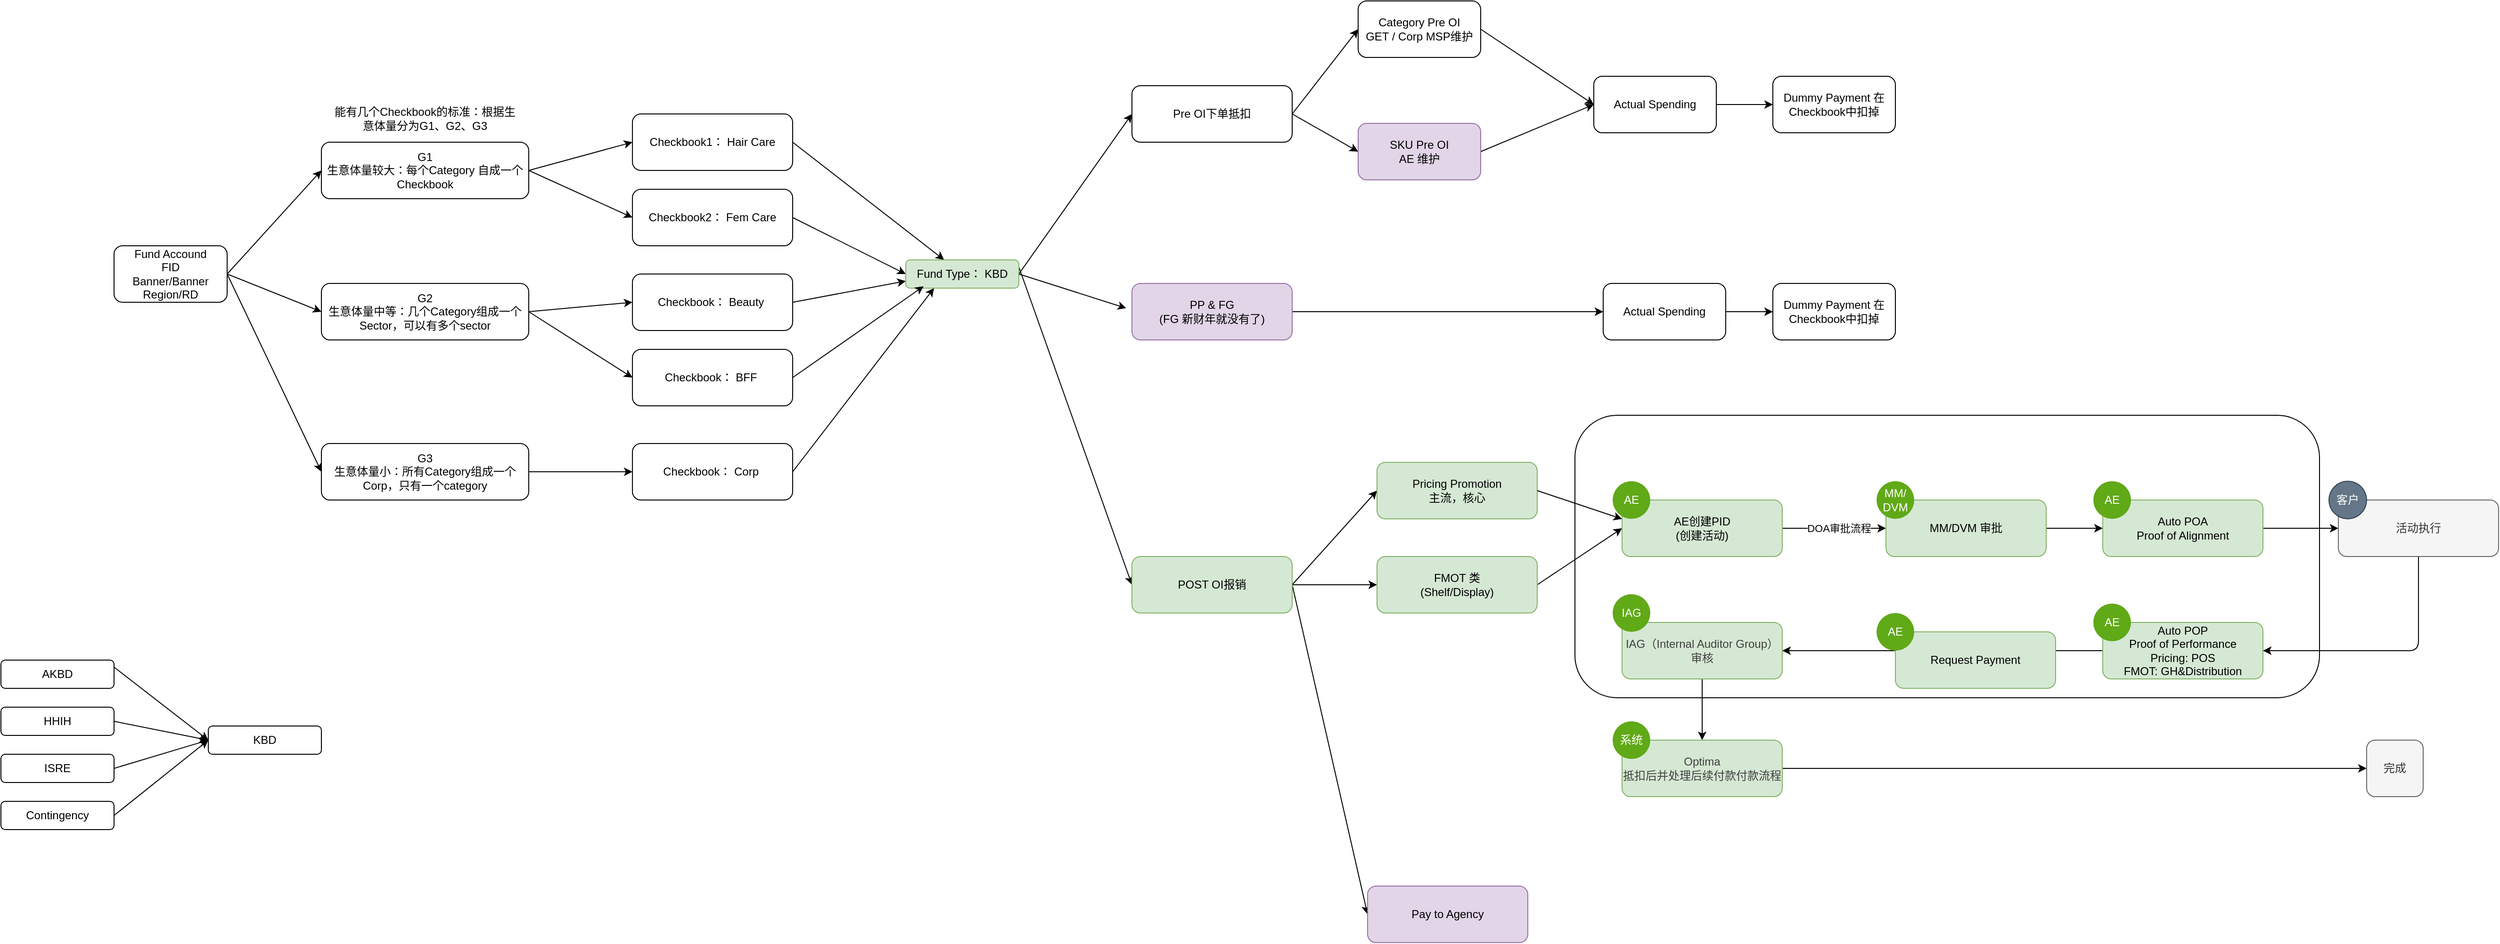
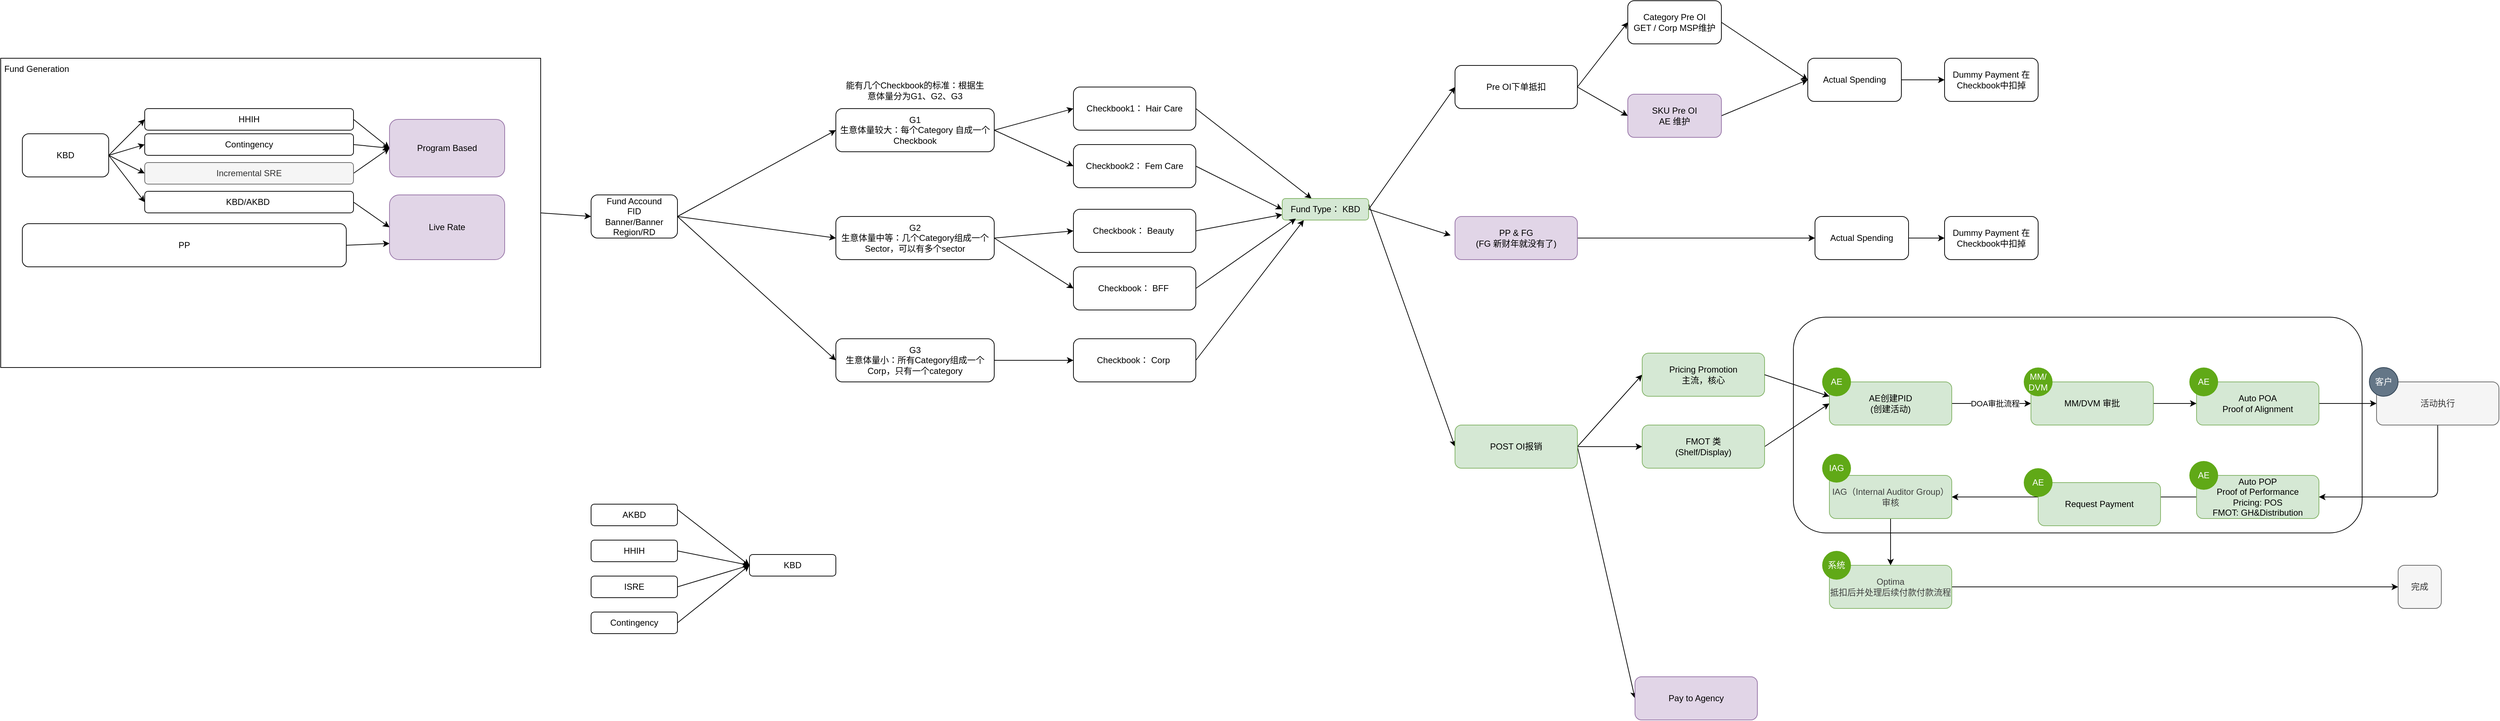
<mxfile host="65bd71144e">
    <diagram id="UAZPICK1sHRBZ5lxvISH" name="Page-1">
-         <mxGraphModel dx="3631" dy="826" grid="1" gridSize="10" guides="1" tooltips="1" connect="1" arrows="1" fold="1" page="1" pageScale="1" pageWidth="2000" pageHeight="2000" math="0" shadow="0">
+         <mxGraphModel dx="2746" dy="702" grid="1" gridSize="10" guides="1" tooltips="1" connect="1" arrows="1" fold="1" page="1" pageScale="1" pageWidth="2000" pageHeight="2000" math="0" shadow="0">
            <root>
                <mxCell id="0"/>
                <mxCell id="1" parent="0"/>
+                 <mxCell id="126" style="edgeStyle=none;html=1;exitX=1;exitY=0.5;exitDx=0;exitDy=0;entryX=0;entryY=0.5;entryDx=0;entryDy=0;" edge="1" parent="1" source="125" target="2">
+                     <mxGeometry relative="1" as="geometry"/>
+                 </mxCell>
+                 <mxCell id="125" value="" style="rounded=0;whiteSpace=wrap;html=1;" vertex="1" parent="1">
+                     <mxGeometry x="-980" y="160" width="750" height="430" as="geometry"/>
+                 </mxCell>
                <mxCell id="74" value="" style="rounded=1;whiteSpace=wrap;html=1;" parent="1" vertex="1">
                    <mxGeometry x="1510" y="520" width="790" height="300" as="geometry"/>
                </mxCell>
                <mxCell id="9" style="edgeStyle=none;html=1;exitX=1;exitY=0.5;exitDx=0;exitDy=0;entryX=0;entryY=0.5;entryDx=0;entryDy=0;" parent="1" source="2" target="8" edge="1">
                    <mxGeometry relative="1" as="geometry"/>
                </mxCell>
                <mxCell id="13" style="edgeStyle=none;html=1;exitX=1;exitY=0.5;exitDx=0;exitDy=0;entryX=0;entryY=0.5;entryDx=0;entryDy=0;" parent="1" source="2" target="12" edge="1">
                    <mxGeometry relative="1" as="geometry"/>
                </mxCell>
                <mxCell id="15" style="edgeStyle=none;html=1;exitX=1;exitY=0.5;exitDx=0;exitDy=0;entryX=0;entryY=0.5;entryDx=0;entryDy=0;" parent="1" source="2" target="14" edge="1">
                    <mxGeometry relative="1" as="geometry"/>
                </mxCell>
                <mxCell id="2" value="Fund Accound&lt;div&gt;FID&lt;/div&gt;&lt;div&gt;Banner/Banner Region/RD&lt;/div&gt;" style="rounded=1;whiteSpace=wrap;html=1;" parent="1" vertex="1">
-                     <mxGeometry x="-40" y="340" width="120" height="60" as="geometry"/>
+                     <mxGeometry x="-160" y="350" width="120" height="60" as="geometry"/>
                </mxCell>
                <mxCell id="34" style="edgeStyle=none;html=1;exitX=1;exitY=0.5;exitDx=0;exitDy=0;" parent="1" source="3" target="24" edge="1">
                    <mxGeometry relative="1" as="geometry"/>
                </mxCell>
                <mxCell id="3" value="Checkbook1： Hair Care" style="rounded=1;whiteSpace=wrap;html=1;" parent="1" vertex="1">
                    <mxGeometry x="510" y="200" width="170" height="60" as="geometry"/>
                </mxCell>
                <mxCell id="35" style="edgeStyle=none;html=1;exitX=1;exitY=0.5;exitDx=0;exitDy=0;entryX=0;entryY=0.5;entryDx=0;entryDy=0;" parent="1" source="5" target="24" edge="1">
                    <mxGeometry relative="1" as="geometry"/>
                </mxCell>
                <mxCell id="5" value="Checkbook2： Fem Care" style="rounded=1;whiteSpace=wrap;html=1;" parent="1" vertex="1">
                    <mxGeometry x="510" y="280" width="170" height="60" as="geometry"/>
                </mxCell>
                <mxCell id="7" value="能有几个Checkbook的标准：根据生意体量分为G1、G2、G3" style="text;html=1;align=center;verticalAlign=middle;whiteSpace=wrap;rounded=0;" parent="1" vertex="1">
                    <mxGeometry x="190" y="190" width="200" height="30" as="geometry"/>
                </mxCell>
                <mxCell id="10" style="edgeStyle=none;html=1;exitX=1;exitY=0.5;exitDx=0;exitDy=0;entryX=0;entryY=0.5;entryDx=0;entryDy=0;" parent="1" source="8" target="3" edge="1">
                    <mxGeometry relative="1" as="geometry"/>
                </mxCell>
                <mxCell id="11" style="edgeStyle=none;html=1;exitX=1;exitY=0.5;exitDx=0;exitDy=0;entryX=0;entryY=0.5;entryDx=0;entryDy=0;" parent="1" source="8" target="5" edge="1">
                    <mxGeometry relative="1" as="geometry"/>
                </mxCell>
                <mxCell id="8" value="G1&lt;div&gt;生意体量较大：每个Category 自成一个Checkbook&lt;/div&gt;" style="rounded=1;whiteSpace=wrap;html=1;" parent="1" vertex="1">
                    <mxGeometry x="180" y="230" width="220" height="60" as="geometry"/>
                </mxCell>
                <mxCell id="18" style="edgeStyle=none;html=1;exitX=1;exitY=0.5;exitDx=0;exitDy=0;entryX=0;entryY=0.5;entryDx=0;entryDy=0;" parent="1" source="12" target="16" edge="1">
                    <mxGeometry relative="1" as="geometry"/>
                </mxCell>
                <mxCell id="20" style="edgeStyle=none;html=1;exitX=1;exitY=0.5;exitDx=0;exitDy=0;entryX=0;entryY=0.5;entryDx=0;entryDy=0;" parent="1" source="12" target="19" edge="1">
                    <mxGeometry relative="1" as="geometry"/>
                </mxCell>
                <mxCell id="12" value="G2&lt;div&gt;生意体量中等：几个Category组成一个Sector，可以有多个sector&lt;/div&gt;" style="rounded=1;whiteSpace=wrap;html=1;" parent="1" vertex="1">
                    <mxGeometry x="180" y="380" width="220" height="60" as="geometry"/>
                </mxCell>
                <mxCell id="22" style="edgeStyle=none;html=1;exitX=1;exitY=0.5;exitDx=0;exitDy=0;entryX=0;entryY=0.5;entryDx=0;entryDy=0;" parent="1" source="14" target="21" edge="1">
                    <mxGeometry relative="1" as="geometry"/>
                </mxCell>
                <mxCell id="14" value="G3&lt;div&gt;生意体量小：所有Category组成一个Corp，只有一个category&lt;/div&gt;" style="rounded=1;whiteSpace=wrap;html=1;" parent="1" vertex="1">
                    <mxGeometry x="180" y="550" width="220" height="60" as="geometry"/>
                </mxCell>
                <mxCell id="36" style="edgeStyle=none;html=1;exitX=1;exitY=0.5;exitDx=0;exitDy=0;entryX=0;entryY=0.75;entryDx=0;entryDy=0;" parent="1" source="16" target="24" edge="1">
                    <mxGeometry relative="1" as="geometry"/>
                </mxCell>
                <mxCell id="16" value="Checkbook： Beauty&amp;nbsp;" style="rounded=1;whiteSpace=wrap;html=1;" parent="1" vertex="1">
                    <mxGeometry x="510" y="370" width="170" height="60" as="geometry"/>
                </mxCell>
                <mxCell id="19" value="Checkbook： BFF&amp;nbsp;" style="rounded=1;whiteSpace=wrap;html=1;" parent="1" vertex="1">
                    <mxGeometry x="510" y="450" width="170" height="60" as="geometry"/>
                </mxCell>
                <mxCell id="38" style="edgeStyle=none;html=1;exitX=1;exitY=0.5;exitDx=0;exitDy=0;entryX=0.25;entryY=1;entryDx=0;entryDy=0;" parent="1" source="21" target="24" edge="1">
                    <mxGeometry relative="1" as="geometry"/>
                </mxCell>
                <mxCell id="21" value="Checkbook： Corp&amp;nbsp;" style="rounded=1;whiteSpace=wrap;html=1;" parent="1" vertex="1">
                    <mxGeometry x="510" y="550" width="170" height="60" as="geometry"/>
                </mxCell>
                <mxCell id="23" value="KBD" style="rounded=1;whiteSpace=wrap;html=1;" parent="1" vertex="1">
                    <mxGeometry x="60" y="850" width="120" height="30" as="geometry"/>
                </mxCell>
                <mxCell id="42" style="edgeStyle=none;html=1;exitX=1;exitY=0.5;exitDx=0;exitDy=0;entryX=0;entryY=0.5;entryDx=0;entryDy=0;" parent="1" source="24" target="40" edge="1">
                    <mxGeometry relative="1" as="geometry"/>
                </mxCell>
                <mxCell id="43" style="edgeStyle=none;html=1;exitX=1;exitY=0.25;exitDx=0;exitDy=0;entryX=0;entryY=0.5;entryDx=0;entryDy=0;" parent="1" source="24" target="41" edge="1">
                    <mxGeometry relative="1" as="geometry"/>
                </mxCell>
                <mxCell id="24" value="Fund Type： KBD" style="rounded=1;whiteSpace=wrap;html=1;fillColor=#d5e8d4;strokeColor=#82b366;" parent="1" vertex="1">
                    <mxGeometry x="800" y="355" width="120" height="30" as="geometry"/>
                </mxCell>
                <mxCell id="30" style="edgeStyle=none;html=1;exitX=1;exitY=0.5;exitDx=0;exitDy=0;entryX=0;entryY=0.5;entryDx=0;entryDy=0;" parent="1" source="25" target="23" edge="1">
                    <mxGeometry relative="1" as="geometry"/>
                </mxCell>
                <mxCell id="25" value="HHIH" style="rounded=1;whiteSpace=wrap;html=1;" parent="1" vertex="1">
                    <mxGeometry x="-160" y="830" width="120" height="30" as="geometry"/>
                </mxCell>
                <mxCell id="29" style="edgeStyle=none;html=1;exitX=1;exitY=0.25;exitDx=0;exitDy=0;entryX=0;entryY=0.5;entryDx=0;entryDy=0;" parent="1" source="26" target="23" edge="1">
                    <mxGeometry relative="1" as="geometry"/>
                </mxCell>
                <mxCell id="26" value="AKBD" style="rounded=1;whiteSpace=wrap;html=1;" parent="1" vertex="1">
                    <mxGeometry x="-160" y="780" width="120" height="30" as="geometry"/>
                </mxCell>
                <mxCell id="31" style="edgeStyle=none;html=1;exitX=1;exitY=0.5;exitDx=0;exitDy=0;entryX=0;entryY=0.5;entryDx=0;entryDy=0;" parent="1" source="27" target="23" edge="1">
                    <mxGeometry relative="1" as="geometry"/>
                </mxCell>
                <mxCell id="27" value="ISRE" style="rounded=1;whiteSpace=wrap;html=1;" parent="1" vertex="1">
                    <mxGeometry x="-160" y="880" width="120" height="30" as="geometry"/>
                </mxCell>
                <mxCell id="32" style="edgeStyle=none;html=1;exitX=1;exitY=0.5;exitDx=0;exitDy=0;entryX=0;entryY=0.5;entryDx=0;entryDy=0;" parent="1" source="28" target="23" edge="1">
                    <mxGeometry relative="1" as="geometry"/>
                </mxCell>
                <mxCell id="28" value="Contingency" style="rounded=1;whiteSpace=wrap;html=1;" parent="1" vertex="1">
                    <mxGeometry x="-160" y="930" width="120" height="30" as="geometry"/>
                </mxCell>
                <mxCell id="39" style="edgeStyle=none;html=1;exitX=1;exitY=0.5;exitDx=0;exitDy=0;entryX=0.158;entryY=0.933;entryDx=0;entryDy=0;entryPerimeter=0;" parent="1" source="19" target="24" edge="1">
                    <mxGeometry relative="1" as="geometry"/>
                </mxCell>
                <mxCell id="46" style="edgeStyle=none;html=1;exitX=1;exitY=0.5;exitDx=0;exitDy=0;entryX=0;entryY=0.5;entryDx=0;entryDy=0;" parent="1" source="40" target="44" edge="1">
                    <mxGeometry relative="1" as="geometry"/>
                </mxCell>
                <mxCell id="48" style="edgeStyle=none;html=1;exitX=1;exitY=0.5;exitDx=0;exitDy=0;entryX=0;entryY=0.5;entryDx=0;entryDy=0;" parent="1" source="40" target="47" edge="1">
                    <mxGeometry relative="1" as="geometry"/>
                </mxCell>
                <mxCell id="40" value="Pre OI下单抵扣" style="rounded=1;whiteSpace=wrap;html=1;" parent="1" vertex="1">
                    <mxGeometry x="1040" y="170" width="170" height="60" as="geometry"/>
                </mxCell>
                <mxCell id="59" style="edgeStyle=none;html=1;exitX=1;exitY=0.5;exitDx=0;exitDy=0;entryX=0;entryY=0.5;entryDx=0;entryDy=0;" parent="1" source="41" target="56" edge="1">
                    <mxGeometry relative="1" as="geometry"/>
                </mxCell>
                <mxCell id="60" style="edgeStyle=none;html=1;exitX=1;exitY=0.5;exitDx=0;exitDy=0;entryX=0;entryY=0.5;entryDx=0;entryDy=0;" parent="1" source="41" target="57" edge="1">
                    <mxGeometry relative="1" as="geometry"/>
                </mxCell>
                <mxCell id="61" style="edgeStyle=none;html=1;exitX=1;exitY=0.5;exitDx=0;exitDy=0;entryX=0;entryY=0.5;entryDx=0;entryDy=0;" parent="1" source="41" target="58" edge="1">
                    <mxGeometry relative="1" as="geometry"/>
                </mxCell>
                <mxCell id="41" value="POST OI报销" style="rounded=1;whiteSpace=wrap;html=1;fillColor=#d5e8d4;strokeColor=#82b366;" parent="1" vertex="1">
                    <mxGeometry x="1040" y="670" width="170" height="60" as="geometry"/>
                </mxCell>
                <mxCell id="52" style="edgeStyle=none;html=1;exitX=1;exitY=0.5;exitDx=0;exitDy=0;entryX=0;entryY=0.5;entryDx=0;entryDy=0;" parent="1" source="44" target="51" edge="1">
                    <mxGeometry relative="1" as="geometry"/>
                </mxCell>
                <mxCell id="44" value="Category Pre OI&lt;div&gt;GET / Corp MSP维护&lt;/div&gt;" style="rounded=1;whiteSpace=wrap;html=1;" parent="1" vertex="1">
                    <mxGeometry x="1280" y="80" width="130" height="60" as="geometry"/>
                </mxCell>
                <mxCell id="53" style="edgeStyle=none;html=1;exitX=1;exitY=0.5;exitDx=0;exitDy=0;entryX=0;entryY=0.5;entryDx=0;entryDy=0;" parent="1" source="47" target="51" edge="1">
                    <mxGeometry relative="1" as="geometry"/>
                </mxCell>
                <mxCell id="47" value="SKU Pre OI&lt;div&gt;AE 维护&lt;/div&gt;" style="rounded=1;whiteSpace=wrap;html=1;fillColor=#e1d5e7;strokeColor=#9673a6;" parent="1" vertex="1">
                    <mxGeometry x="1280" y="210" width="130" height="60" as="geometry"/>
                </mxCell>
                <mxCell id="55" style="edgeStyle=none;html=1;exitX=1;exitY=0.5;exitDx=0;exitDy=0;entryX=0;entryY=0.5;entryDx=0;entryDy=0;" parent="1" source="51" target="54" edge="1">
                    <mxGeometry relative="1" as="geometry"/>
                </mxCell>
                <mxCell id="51" value="Actual Spending" style="rounded=1;whiteSpace=wrap;html=1;" parent="1" vertex="1">
                    <mxGeometry x="1530" y="160" width="130" height="60" as="geometry"/>
                </mxCell>
                <mxCell id="54" value="Dummy Payment 在Checkbook中扣掉" style="rounded=1;whiteSpace=wrap;html=1;" parent="1" vertex="1">
                    <mxGeometry x="1720" y="160" width="130" height="60" as="geometry"/>
                </mxCell>
                <mxCell id="56" value="Pricing Promotion&lt;div&gt;主流，核心&lt;/div&gt;" style="rounded=1;whiteSpace=wrap;html=1;fillColor=#d5e8d4;strokeColor=#82b366;" parent="1" vertex="1">
                    <mxGeometry x="1300" y="570" width="170" height="60" as="geometry"/>
                </mxCell>
                <mxCell id="76" style="edgeStyle=none;html=1;exitX=1;exitY=0.5;exitDx=0;exitDy=0;entryX=0;entryY=0.5;entryDx=0;entryDy=0;" parent="1" source="57" target="70" edge="1">
                    <mxGeometry relative="1" as="geometry"/>
                </mxCell>
                <mxCell id="57" value="FMOT 类&lt;div&gt;(Shelf/Display)&lt;/div&gt;" style="rounded=1;whiteSpace=wrap;html=1;fillColor=#d5e8d4;strokeColor=#82b366;" parent="1" vertex="1">
                    <mxGeometry x="1300" y="670" width="170" height="60" as="geometry"/>
                </mxCell>
                <mxCell id="58" value="Pay to Agency" style="rounded=1;whiteSpace=wrap;html=1;fillColor=#e1d5e7;strokeColor=#9673a6;" parent="1" vertex="1">
                    <mxGeometry x="1290" y="1020" width="170" height="60" as="geometry"/>
                </mxCell>
                <mxCell id="64" style="edgeStyle=none;html=1;exitX=1;exitY=0.5;exitDx=0;exitDy=0;entryX=0;entryY=0.5;entryDx=0;entryDy=0;" parent="1" source="62" target="63" edge="1">
                    <mxGeometry relative="1" as="geometry"/>
                </mxCell>
                <mxCell id="62" value="PP &amp;amp; FG&lt;div&gt;(FG 新财年就没有了)&lt;/div&gt;" style="rounded=1;whiteSpace=wrap;html=1;fillColor=#e1d5e7;strokeColor=#9673a6;" parent="1" vertex="1">
                    <mxGeometry x="1040" y="380" width="170" height="60" as="geometry"/>
                </mxCell>
                <mxCell id="67" style="edgeStyle=none;html=1;exitX=1;exitY=0.5;exitDx=0;exitDy=0;entryX=0;entryY=0.5;entryDx=0;entryDy=0;" parent="1" source="63" target="66" edge="1">
                    <mxGeometry relative="1" as="geometry"/>
                </mxCell>
                <mxCell id="63" value="Actual Spending" style="rounded=1;whiteSpace=wrap;html=1;" parent="1" vertex="1">
                    <mxGeometry x="1540" y="380" width="130" height="60" as="geometry"/>
                </mxCell>
                <mxCell id="65" style="edgeStyle=none;html=1;exitX=1;exitY=0.5;exitDx=0;exitDy=0;entryX=-0.036;entryY=0.438;entryDx=0;entryDy=0;entryPerimeter=0;" parent="1" source="24" target="62" edge="1">
                    <mxGeometry relative="1" as="geometry"/>
                </mxCell>
                <mxCell id="66" value="Dummy Payment 在Checkbook中扣掉" style="rounded=1;whiteSpace=wrap;html=1;" parent="1" vertex="1">
                    <mxGeometry x="1720" y="380" width="130" height="60" as="geometry"/>
                </mxCell>
                <mxCell id="77" style="edgeStyle=none;html=1;exitX=1;exitY=0.5;exitDx=0;exitDy=0;entryX=0;entryY=0.5;entryDx=0;entryDy=0;" parent="1" source="70" target="73" edge="1">
                    <mxGeometry relative="1" as="geometry"/>
                </mxCell>
                <mxCell id="78" value="DOA审批流程" style="edgeLabel;html=1;align=center;verticalAlign=middle;resizable=0;points=[];" parent="77" vertex="1" connectable="0">
                    <mxGeometry x="-0.2154" relative="1" as="geometry">
                        <mxPoint x="17" as="offset"/>
                    </mxGeometry>
                </mxCell>
                <mxCell id="70" value="AE创建PID&lt;div&gt;(创建活动)&lt;/div&gt;" style="rounded=1;whiteSpace=wrap;html=1;fillColor=#d5e8d4;strokeColor=#82b366;" parent="1" vertex="1">
                    <mxGeometry x="1560" y="610" width="170" height="60" as="geometry"/>
                </mxCell>
                <mxCell id="80" style="edgeStyle=none;html=1;exitX=1;exitY=0.5;exitDx=0;exitDy=0;entryX=0;entryY=0.5;entryDx=0;entryDy=0;" parent="1" source="73" target="79" edge="1">
                    <mxGeometry relative="1" as="geometry"/>
                </mxCell>
                <mxCell id="73" value="MM/DVM 审批" style="rounded=1;whiteSpace=wrap;html=1;fillColor=#d5e8d4;strokeColor=#82b366;" parent="1" vertex="1">
                    <mxGeometry x="1840" y="610" width="170" height="60" as="geometry"/>
                </mxCell>
                <mxCell id="75" style="edgeStyle=none;html=1;exitX=1;exitY=0.5;exitDx=0;exitDy=0;entryX=0;entryY=0.336;entryDx=0;entryDy=0;entryPerimeter=0;" parent="1" source="56" target="70" edge="1">
                    <mxGeometry relative="1" as="geometry"/>
                </mxCell>
                <mxCell id="85" style="edgeStyle=none;html=1;exitX=1;exitY=0.5;exitDx=0;exitDy=0;entryX=0;entryY=0.5;entryDx=0;entryDy=0;" parent="1" source="79" target="84" edge="1">
                    <mxGeometry relative="1" as="geometry"/>
                </mxCell>
                <mxCell id="79" value="Auto POA&lt;div&gt;Proof of Alignment&lt;/div&gt;" style="rounded=1;whiteSpace=wrap;html=1;fillColor=#d5e8d4;strokeColor=#82b366;" parent="1" vertex="1">
                    <mxGeometry x="2070" y="610" width="170" height="60" as="geometry"/>
                </mxCell>
                <mxCell id="88" style="edgeStyle=none;html=1;exitX=0;exitY=0.5;exitDx=0;exitDy=0;" parent="1" source="81" target="87" edge="1">
                    <mxGeometry relative="1" as="geometry"/>
                </mxCell>
                <mxCell id="81" value="Auto POP&lt;div&gt;Proof of Performance&lt;/div&gt;&lt;div&gt;Pricing: POS&lt;/div&gt;&lt;div&gt;FMOT: GH&amp;amp;Distribution&lt;/div&gt;" style="rounded=1;whiteSpace=wrap;html=1;fillColor=#d5e8d4;strokeColor=#82b366;" parent="1" vertex="1">
                    <mxGeometry x="2070" y="740" width="170" height="60" as="geometry"/>
                </mxCell>
                <mxCell id="86" style="edgeStyle=orthogonalEdgeStyle;html=1;exitX=0.5;exitY=1;exitDx=0;exitDy=0;entryX=1;entryY=0.5;entryDx=0;entryDy=0;" parent="1" source="84" target="81" edge="1">
                    <mxGeometry relative="1" as="geometry"/>
                </mxCell>
                <mxCell id="84" value="活动执行" style="rounded=1;whiteSpace=wrap;html=1;fillColor=#f5f5f5;strokeColor=#666666;fontColor=#333333;" parent="1" vertex="1">
                    <mxGeometry x="2320" y="610" width="170" height="60" as="geometry"/>
                </mxCell>
                <mxCell id="101" style="edgeStyle=none;html=1;exitX=0.5;exitY=1;exitDx=0;exitDy=0;" parent="1" source="87" target="90" edge="1">
                    <mxGeometry relative="1" as="geometry"/>
                </mxCell>
                <mxCell id="87" value="&lt;span style=&quot;color: rgb(63, 63, 63);&quot;&gt;IAG（Internal Auditor Group） 审核&lt;/span&gt;" style="rounded=1;whiteSpace=wrap;html=1;fillColor=#d5e8d4;strokeColor=#82b366;" parent="1" vertex="1">
                    <mxGeometry x="1560" y="740" width="170" height="60" as="geometry"/>
                </mxCell>
                <mxCell id="89" value="Request Payment" style="rounded=1;whiteSpace=wrap;html=1;fillColor=#d5e8d4;strokeColor=#82b366;" parent="1" vertex="1">
                    <mxGeometry x="1850" y="750" width="170" height="60" as="geometry"/>
                </mxCell>
                <mxCell id="103" style="edgeStyle=none;html=1;exitX=1;exitY=0.5;exitDx=0;exitDy=0;entryX=0;entryY=0.5;entryDx=0;entryDy=0;" parent="1" source="90" target="102" edge="1">
                    <mxGeometry relative="1" as="geometry"/>
                </mxCell>
                <mxCell id="90" value="&lt;span style=&quot;color: rgb(63, 63, 63);&quot;&gt;Optima&lt;/span&gt;&lt;div&gt;&lt;span style=&quot;color: rgb(63, 63, 63);&quot;&gt;抵扣后并处理后续付款付款流程&lt;/span&gt;&lt;/div&gt;" style="rounded=1;whiteSpace=wrap;html=1;fillColor=#d5e8d4;strokeColor=#82b366;" parent="1" vertex="1">
                    <mxGeometry x="1560" y="865" width="170" height="60" as="geometry"/>
                </mxCell>
                <mxCell id="91" value="AE" style="ellipse;whiteSpace=wrap;html=1;aspect=fixed;fillColor=#60a917;strokeColor=none;fontColor=#ffffff;" parent="1" vertex="1">
                    <mxGeometry x="1550" y="590" width="40" height="40" as="geometry"/>
                </mxCell>
                <mxCell id="92" value="&lt;font style=&quot;color: light-dark(rgb(255, 255, 255), rgb(237, 237, 237));&quot;&gt;MM/&lt;/font&gt;&lt;div&gt;&lt;font style=&quot;color: light-dark(rgb(255, 255, 255), rgb(237, 237, 237));&quot;&gt;DVM&lt;/font&gt;&lt;/div&gt;" style="ellipse;whiteSpace=wrap;html=1;aspect=fixed;fillColor=#60a917;strokeColor=none;fontColor=#ffffff;" parent="1" vertex="1">
                    <mxGeometry x="1830" y="590" width="40" height="40" as="geometry"/>
                </mxCell>
                <mxCell id="93" value="AE" style="ellipse;whiteSpace=wrap;html=1;aspect=fixed;fillColor=#60a917;strokeColor=none;fontColor=#ffffff;" parent="1" vertex="1">
                    <mxGeometry x="2060" y="590" width="40" height="40" as="geometry"/>
                </mxCell>
                <mxCell id="95" value="客户" style="ellipse;whiteSpace=wrap;html=1;aspect=fixed;fillColor=#647687;strokeColor=#314354;fontColor=#ffffff;" parent="1" vertex="1">
                    <mxGeometry x="2310" y="590" width="40" height="40" as="geometry"/>
                </mxCell>
                <mxCell id="96" value="AE" style="ellipse;whiteSpace=wrap;html=1;aspect=fixed;fillColor=#60a917;strokeColor=none;fontColor=#ffffff;" parent="1" vertex="1">
                    <mxGeometry x="2060" y="720" width="40" height="40" as="geometry"/>
                </mxCell>
                <mxCell id="97" value="AE" style="ellipse;whiteSpace=wrap;html=1;aspect=fixed;fillColor=#60a917;strokeColor=none;fontColor=#ffffff;" parent="1" vertex="1">
                    <mxGeometry x="1830" y="730" width="40" height="40" as="geometry"/>
                </mxCell>
                <mxCell id="98" value="IAG" style="ellipse;whiteSpace=wrap;html=1;aspect=fixed;fillColor=#60a917;strokeColor=none;fontColor=#ffffff;" parent="1" vertex="1">
                    <mxGeometry x="1550" y="710" width="40" height="40" as="geometry"/>
                </mxCell>
                <mxCell id="99" value="系统" style="ellipse;whiteSpace=wrap;html=1;aspect=fixed;fillColor=#60a917;strokeColor=none;fontColor=#ffffff;" parent="1" vertex="1">
                    <mxGeometry x="1550" y="845" width="40" height="40" as="geometry"/>
                </mxCell>
                <mxCell id="102" value="完成" style="rounded=1;whiteSpace=wrap;html=1;fillColor=#f5f5f5;strokeColor=#666666;fontColor=#333333;" parent="1" vertex="1">
                    <mxGeometry x="2350" y="865" width="60" height="60" as="geometry"/>
                </mxCell>
+                 <mxCell id="118" style="edgeStyle=none;html=1;exitX=1;exitY=0.5;exitDx=0;exitDy=0;entryX=0;entryY=0.5;entryDx=0;entryDy=0;" edge="1" parent="1" source="106" target="110">
+                     <mxGeometry relative="1" as="geometry"/>
+                 </mxCell>
+                 <mxCell id="119" style="edgeStyle=none;html=1;exitX=1;exitY=0.5;exitDx=0;exitDy=0;entryX=0;entryY=0.5;entryDx=0;entryDy=0;" edge="1" parent="1" source="106" target="109">
+                     <mxGeometry relative="1" as="geometry"/>
+                 </mxCell>
+                 <mxCell id="120" style="edgeStyle=none;html=1;exitX=1;exitY=0.5;exitDx=0;exitDy=0;entryX=0;entryY=0.5;entryDx=0;entryDy=0;" edge="1" parent="1" source="106" target="108">
+                     <mxGeometry relative="1" as="geometry"/>
+                 </mxCell>
+                 <mxCell id="121" style="edgeStyle=none;html=1;exitX=1;exitY=0.5;exitDx=0;exitDy=0;entryX=0;entryY=0.5;entryDx=0;entryDy=0;" edge="1" parent="1" source="106" target="107">
+                     <mxGeometry relative="1" as="geometry"/>
+                 </mxCell>
+                 <mxCell id="106" value="KBD&lt;span style=&quot;font-family: monospace; font-size: 0px; text-align: start; text-wrap-mode: nowrap;&quot;&gt;%3CmxGraphModel%3E%3Croot%3E%3CmxCell%20id%3D%220%22%2F%3E%3CmxCell%20id%3D%221%22%20parent%3D%220%22%2F%3E%3CmxCell%20id%3D%222%22%20value%3D%22Fund%20Generation%22%20style%3D%22rounded%3D1%3BwhiteSpace%3Dwrap%3Bhtml%3D1%3B%22%20vertex%3D%221%22%20parent%3D%221%22%3E%3CmxGeometry%20x%3D%22-640%22%20y%3D%22355%22%20width%3D%22120%22%20height%3D%2260%22%20as%3D%22geometry%22%2F%3E%3C%2FmxCell%3E%3C%2Froot%3E%3C%2FmxGraphModel%3E&lt;/span&gt;" style="rounded=1;whiteSpace=wrap;html=1;" vertex="1" parent="1">
+                     <mxGeometry x="-950" y="265" width="120" height="60" as="geometry"/>
+                 </mxCell>
+                 <mxCell id="116" style="edgeStyle=none;html=1;exitX=1;exitY=0.5;exitDx=0;exitDy=0;entryX=0;entryY=0.5;entryDx=0;entryDy=0;" edge="1" parent="1" source="107" target="111">
+                     <mxGeometry relative="1" as="geometry"/>
+                 </mxCell>
+                 <mxCell id="107" value="KBD/AKBD&amp;nbsp;" style="rounded=1;whiteSpace=wrap;html=1;" vertex="1" parent="1">
+                     <mxGeometry x="-780" y="345" width="290" height="30" as="geometry"/>
+                 </mxCell>
+                 <mxCell id="115" style="edgeStyle=none;html=1;exitX=1;exitY=0.5;exitDx=0;exitDy=0;entryX=0;entryY=0.5;entryDx=0;entryDy=0;" edge="1" parent="1" source="108" target="112">
+                     <mxGeometry relative="1" as="geometry"/>
+                 </mxCell>
+                 <mxCell id="108" value="Incremental SRE" style="rounded=1;whiteSpace=wrap;html=1;fillColor=#f5f5f5;fontColor=#333333;strokeColor=#666666;" vertex="1" parent="1">
+                     <mxGeometry x="-780" y="305" width="290" height="30" as="geometry"/>
+                 </mxCell>
+                 <mxCell id="114" style="edgeStyle=none;html=1;exitX=1;exitY=0.5;exitDx=0;exitDy=0;entryX=0;entryY=0.5;entryDx=0;entryDy=0;" edge="1" parent="1" source="109" target="112">
+                     <mxGeometry relative="1" as="geometry"/>
+                 </mxCell>
+                 <mxCell id="109" value="Contingency" style="rounded=1;whiteSpace=wrap;html=1;" vertex="1" parent="1">
+                     <mxGeometry x="-780" y="265" width="290" height="30" as="geometry"/>
+                 </mxCell>
+                 <mxCell id="113" style="edgeStyle=none;html=1;exitX=1;exitY=0.5;exitDx=0;exitDy=0;entryX=0;entryY=0.5;entryDx=0;entryDy=0;" edge="1" parent="1" source="110" target="112">
+                     <mxGeometry relative="1" as="geometry"/>
+                 </mxCell>
+                 <mxCell id="110" value="HHIH" style="rounded=1;whiteSpace=wrap;html=1;" vertex="1" parent="1">
+                     <mxGeometry x="-780" y="230" width="290" height="30" as="geometry"/>
+                 </mxCell>
+                 <mxCell id="111" value="Live Rate" style="rounded=1;whiteSpace=wrap;html=1;fillColor=#e1d5e7;strokeColor=#9673a6;" vertex="1" parent="1">
+                     <mxGeometry x="-440" y="350" width="160" height="90" as="geometry"/>
+                 </mxCell>
+                 <mxCell id="112" value="Program Based" style="rounded=1;whiteSpace=wrap;html=1;fillColor=#e1d5e7;strokeColor=#9673a6;" vertex="1" parent="1">
+                     <mxGeometry x="-440" y="245" width="160" height="80" as="geometry"/>
+                 </mxCell>
+                 <mxCell id="124" style="edgeStyle=none;html=1;exitX=1;exitY=0.5;exitDx=0;exitDy=0;entryX=0;entryY=0.75;entryDx=0;entryDy=0;" edge="1" parent="1" source="122" target="111">
+                     <mxGeometry relative="1" as="geometry"/>
+                 </mxCell>
+                 <mxCell id="122" value="PP" style="rounded=1;whiteSpace=wrap;html=1;" vertex="1" parent="1">
+                     <mxGeometry x="-950" y="390" width="450" height="60" as="geometry"/>
+                 </mxCell>
+                 <mxCell id="127" value="Fund Generation" style="text;html=1;align=center;verticalAlign=middle;whiteSpace=wrap;rounded=0;" vertex="1" parent="1">
+                     <mxGeometry x="-980" y="160" width="100" height="30" as="geometry"/>
+                 </mxCell>
            </root>
        </mxGraphModel>
    </diagram>
</mxfile>